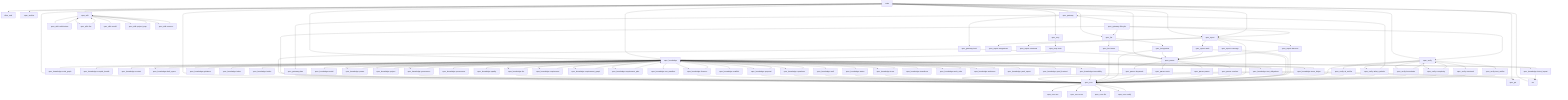
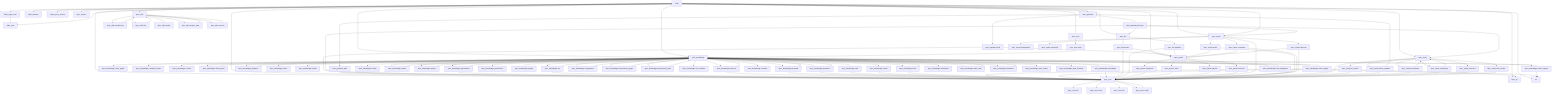
graph TD
+   atlas_agent_eval["atlas_agent_eval"]
+   atlas_daemon["atlas_daemon"]
  atlas_eval["atlas_eval"]
+   atlas_query_service["atlas_query_service"]
  main["main"]
  spec_archive["spec_archive"]
  spec_core["spec_core"]
  spec_core__ast["spec_core::ast"]
  spec_core__error["spec_core::error"]
  spec_core__lint["spec_core::lint"]
  spec_core__verify["spec_core::verify"]
  spec_gateway["spec_gateway"]
  spec_gateway__brief["spec_gateway::brief"]
  spec_gateway__lifecycle["spec_gateway::lifecycle"]
  spec_gateway__plan["spec_gateway::plan"]
  spec_knowledge["spec_knowledge"]
  spec_knowledge__code_graph["spec_knowledge::code_graph"]
  spec_knowledge__compile_bundle["spec_knowledge::compile_bundle"]
  spec_knowledge__context["spec_knowledge::context"]
  spec_knowledge__draft_specs["spec_knowledge::draft_specs"]
  spec_knowledge__governance["spec_knowledge::governance"]
  spec_knowledge__guidance["spec_knowledge::guidance"]
  spec_knowledge__index["spec_knowledge::index"]
  spec_knowledge__intake["spec_knowledge::intake"]
  spec_knowledge__intent_impact["spec_knowledge::intent_impact"]
  spec_knowledge__lint["spec_knowledge::lint"]
  spec_knowledge__liveness["spec_knowledge::liveness"]
  spec_knowledge__model["spec_knowledge::model"]
  spec_knowledge__parser["spec_knowledge::parser"]
  spec_knowledge__project["spec_knowledge::project"]
  spec_knowledge__proposal["spec_knowledge::proposal"]
  spec_knowledge__provenance["spec_knowledge::provenance"]
  spec_knowledge__quality["spec_knowledge::quality"]
  spec_knowledge__questions["spec_knowledge::questions"]
  spec_knowledge__requirement["spec_knowledge::requirement"]
  spec_knowledge__requirement_graph["spec_knowledge::requirement_graph"]
  spec_knowledge__requirement_plan["spec_knowledge::requirement_plan"]
  spec_knowledge__run_manifest["spec_knowledge::run_manifest"]
  spec_knowledge__sarif["spec_knowledge::sarif"]
  spec_knowledge__scaffold["spec_knowledge::scaffold"]
  spec_knowledge__status["spec_knowledge::status"]
  spec_knowledge__test_obligations["spec_knowledge::test_obligations"]
  spec_knowledge__trace["spec_knowledge::trace"]
  spec_knowledge__trace_ledger["spec_knowledge::trace_ledger"]
  spec_knowledge__traceability["spec_knowledge::traceability"]
  spec_knowledge__transitions["spec_knowledge::transitions"]
  spec_knowledge__work_units["spec_knowledge::work_units"]
  spec_knowledge__worktrees["spec_knowledge::worktrees"]
  spec_knowledge__yaml_export["spec_knowledge::yaml_export"]
  spec_knowledge__yaml_frontend["spec_knowledge::yaml_frontend"]
  spec_lint["spec_lint"]
  spec_lint__linters["spec_lint::linters"]
  spec_lint__pipeline["spec_lint::pipeline"]
  spec_mcp["spec_mcp"]
  spec_mcp__tools["spec_mcp::tools"]
  spec_parser["spec_parser"]
  spec_parser__keywords["spec_parser::keywords"]
  spec_parser__meta["spec_parser::meta"]
  spec_parser__parser["spec_parser::parser"]
  spec_parser__resolver["spec_parser::resolver"]
  spec_qa["spec_qa"]
  spec_report["spec_report"]
  spec_report__audit["spec_report::audit"]
  spec_report__coverage["spec_report::coverage"]
  spec_report__discover["spec_report::discover"]
  spec_report__integrations["spec_report::integrations"]
  spec_report__structural["spec_report::structural"]
  spec_verify["spec_verify"]
  spec_verify__ai_verifier["spec_verify::ai_verifier"]
  spec_verify__atlas_symbols["spec_verify::atlas_symbols"]
  spec_verify__boundaries["spec_verify::boundaries"]
  spec_verify__complexity["spec_verify::complexity"]
  spec_verify__structural["spec_verify::structural"]
  spec_verify__test_verifier["spec_verify::test_verifier"]
  spec_wiki["spec_wiki"]
  spec_wiki__architecture["spec_wiki::architecture"]
  spec_wiki__live["spec_wiki::live"]
  spec_wiki__model["spec_wiki::model"]
  spec_wiki__project_map["spec_wiki::project_map"]
  spec_wiki__sources["spec_wiki::sources"]
  vcs["vcs"]
+   atlas_agent_eval --> atlas_eval
+   main --> atlas_agent_eval
+   main --> atlas_daemon
  main --> atlas_eval
+   main --> atlas_query_service
  main --> spec_archive
  main --> spec_core
  main --> spec_core
  main --> spec_gateway
  main --> spec_knowledge
  main --> spec_knowledge
  main --> spec_lint
  main --> spec_mcp
  main --> spec_parser
  main --> spec_qa
  main --> spec_report
  main --> spec_report
  main --> spec_verify
  main --> spec_wiki
  main --> vcs
  spec_core --> spec_core__ast
  spec_core --> spec_core__error
  spec_core --> spec_core__lint
  spec_core --> spec_core__verify
  spec_core__verify --> spec_core
  spec_gateway --> spec_gateway__brief
  spec_gateway --> spec_gateway__lifecycle
  spec_gateway --> spec_gateway__plan
  spec_gateway__brief --> spec_core
  spec_gateway__brief --> spec_parser
  spec_gateway__lifecycle --> spec_core
  spec_gateway__lifecycle --> spec_lint
  spec_gateway__lifecycle --> spec_report
  spec_gateway__lifecycle --> spec_verify
  spec_gateway__plan --> spec_core
  spec_knowledge --> spec_knowledge__code_graph
  spec_knowledge --> spec_knowledge__compile_bundle
  spec_knowledge --> spec_knowledge__context
  spec_knowledge --> spec_knowledge__draft_specs
  spec_knowledge --> spec_knowledge__governance
  spec_knowledge --> spec_knowledge__guidance
  spec_knowledge --> spec_knowledge__index
  spec_knowledge --> spec_knowledge__intake
  spec_knowledge --> spec_knowledge__intent_impact
  spec_knowledge --> spec_knowledge__lint
  spec_knowledge --> spec_knowledge__liveness
  spec_knowledge --> spec_knowledge__model
  spec_knowledge --> spec_knowledge__parser
  spec_knowledge --> spec_knowledge__project
  spec_knowledge --> spec_knowledge__proposal
  spec_knowledge --> spec_knowledge__provenance
  spec_knowledge --> spec_knowledge__quality
  spec_knowledge --> spec_knowledge__questions
  spec_knowledge --> spec_knowledge__requirement
  spec_knowledge --> spec_knowledge__requirement_graph
  spec_knowledge --> spec_knowledge__requirement_plan
  spec_knowledge --> spec_knowledge__run_manifest
  spec_knowledge --> spec_knowledge__sarif
  spec_knowledge --> spec_knowledge__scaffold
  spec_knowledge --> spec_knowledge__status
  spec_knowledge --> spec_knowledge__test_obligations
  spec_knowledge --> spec_knowledge__trace
  spec_knowledge --> spec_knowledge__trace_ledger
  spec_knowledge --> spec_knowledge__traceability
  spec_knowledge --> spec_knowledge__transitions
  spec_knowledge --> spec_knowledge__work_units
  spec_knowledge --> spec_knowledge__worktrees
  spec_knowledge --> spec_knowledge__yaml_export
  spec_knowledge --> spec_knowledge__yaml_frontend
  spec_knowledge__draft_specs --> spec_knowledge
  spec_knowledge__governance --> spec_core
  spec_knowledge__governance --> spec_knowledge
  spec_knowledge__guidance --> spec_knowledge
  spec_knowledge__intent_impact --> spec_knowledge
  spec_knowledge__intent_impact --> vcs
  spec_knowledge__lint --> spec_core
  spec_knowledge__lint --> spec_knowledge
  spec_knowledge__liveness --> spec_core
  spec_knowledge__liveness --> spec_knowledge
  spec_knowledge__parser --> spec_knowledge
  spec_knowledge__project --> spec_knowledge
  spec_knowledge__proposal --> spec_core
  spec_knowledge__proposal --> spec_knowledge
  spec_knowledge__questions --> spec_core
  spec_knowledge__questions --> spec_knowledge
  spec_knowledge__requirement --> spec_knowledge
  spec_knowledge__requirement_graph --> spec_knowledge
  spec_knowledge__requirement_plan --> spec_knowledge
  spec_knowledge__sarif --> spec_core
  spec_knowledge__status --> spec_core
  spec_knowledge__test_obligations --> spec_core
  spec_knowledge__test_obligations --> spec_knowledge
  spec_knowledge__test_obligations --> spec_qa
  spec_knowledge__trace --> spec_core
  spec_knowledge__trace --> spec_knowledge
  spec_knowledge__trace_ledger --> spec_core
  spec_knowledge__trace_ledger --> spec_knowledge
  spec_knowledge__trace_ledger --> vcs
  spec_knowledge__traceability --> spec_core
  spec_knowledge__traceability --> spec_knowledge
  spec_knowledge__work_units --> spec_knowledge
  spec_knowledge__worktrees --> spec_knowledge
  spec_lint --> spec_lint__linters
  spec_lint --> spec_lint__pipeline
  spec_lint__linters --> spec_core
  spec_lint__linters --> spec_parser
  spec_lint__pipeline --> spec_core
  spec_lint__pipeline --> spec_parser
  spec_mcp --> spec_mcp__tools
  spec_mcp__tools --> spec_knowledge
  spec_parser --> spec_parser__keywords
  spec_parser --> spec_parser__meta
  spec_parser --> spec_parser__parser
  spec_parser --> spec_parser__resolver
  spec_parser__keywords --> spec_core
  spec_parser__meta --> spec_core
  spec_parser__parser --> spec_core
  spec_parser__resolver --> spec_core
  spec_report --> spec_core
  spec_report --> spec_report__audit
  spec_report --> spec_report__coverage
  spec_report --> spec_report__discover
  spec_report --> spec_report__integrations
  spec_report --> spec_report__structural
  spec_report__audit --> spec_core
  spec_report__audit --> spec_parser
  spec_report__coverage --> spec_core
  spec_report__coverage --> spec_parser
  spec_report__discover --> spec_core
  spec_report__discover --> spec_parser
  spec_verify --> spec_core
  spec_verify --> spec_verify__ai_verifier
  spec_verify --> spec_verify__atlas_symbols
  spec_verify --> spec_verify__boundaries
  spec_verify --> spec_verify__complexity
  spec_verify --> spec_verify__structural
  spec_verify --> spec_verify__test_verifier
  spec_verify__ai_verifier --> spec_core
  spec_verify__atlas_symbols --> spec_core
  spec_verify__atlas_symbols --> spec_gateway
  spec_verify__boundaries --> spec_core
  spec_verify__boundaries --> spec_verify
  spec_verify__complexity --> spec_core
  spec_verify__complexity --> spec_verify
  spec_verify__structural --> spec_core
  spec_verify__test_verifier --> spec_core
  spec_wiki --> spec_wiki__architecture
  spec_wiki --> spec_wiki__live
  spec_wiki --> spec_wiki__model
  spec_wiki --> spec_wiki__project_map
  spec_wiki --> spec_wiki__sources
  spec_wiki__architecture --> spec_wiki
  spec_wiki__live --> spec_wiki
  spec_wiki__project_map --> spec_wiki
  spec_wiki__sources --> spec_wiki
